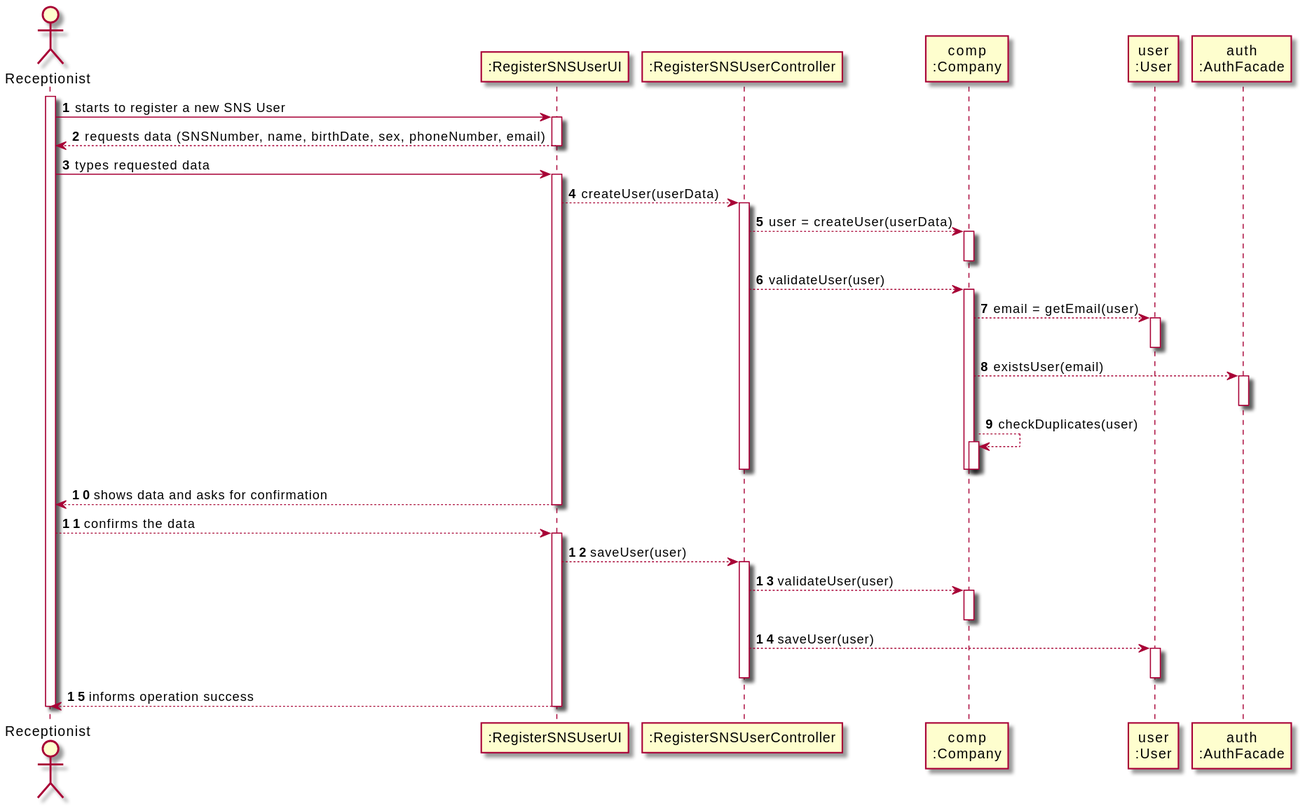
The PlantUML diagram docs/SprintB/US03/SD/US03_SD.svg in miseEnPlace-i/lapr2, before a commit.
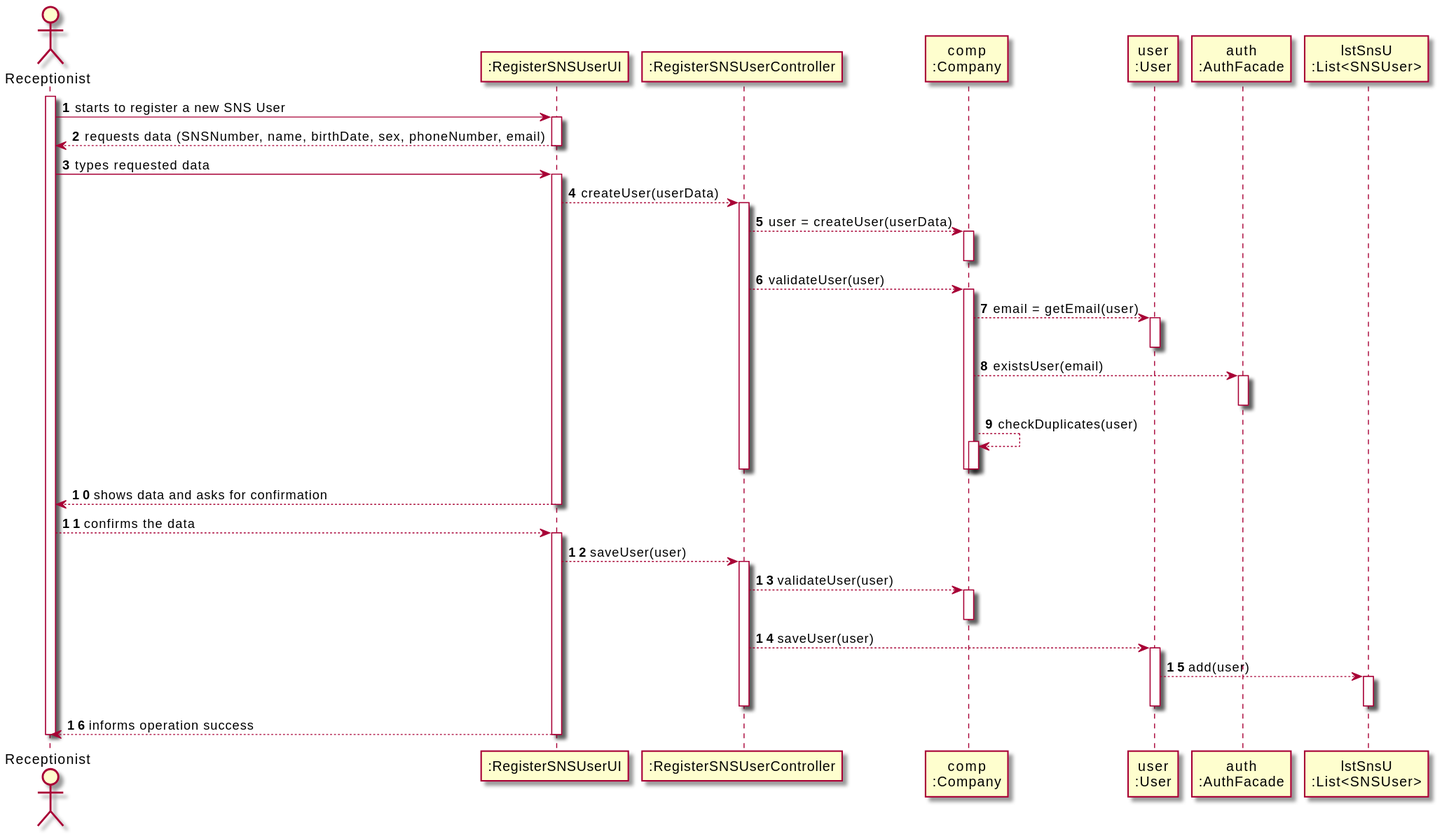
Later version of the same file.

The edit, as a diff of the source:
```diff
@@ -7,6 +7,7 @@
 participant "comp\n:Company" as COMP
 participant "user\n:User" as USER
 participant "auth\n:AuthFacade" as AUTH
+participant "lstSnsU\n:List<SNSUser>" as LIST
 
 activate RECEPT
 RECEPT -> UI : starts to register a new SNS User
@@ -57,6 +58,11 @@
 
 CTRL --> USER : saveUser(user)
 activate USER
+
+USER --> LIST : add(user)
+activate LIST
+deactivate LIST
+
 deactivate USER
 
 deactivate CTRL
```
